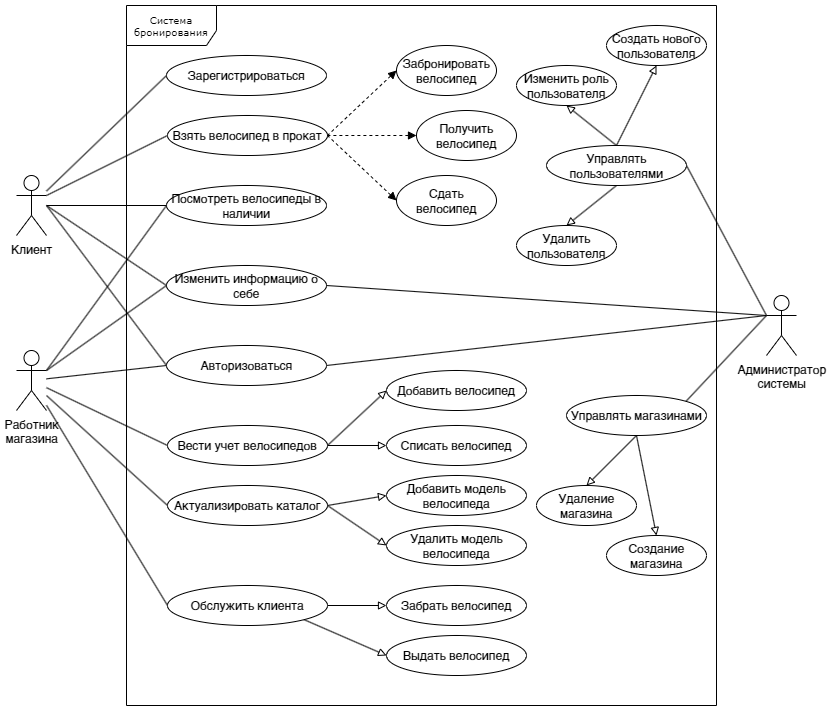
Earlier version of the draw.io export img/Диаграммы проката велосипедов-Диаграмма сценариев использования.drawio.png (GeorgeAlwaysWin/BikeRent). Source tidied: cells renumbered, new cells last; positions are measured from the earlier drawing's top-left corner, leaving out a move shared by most shapes.
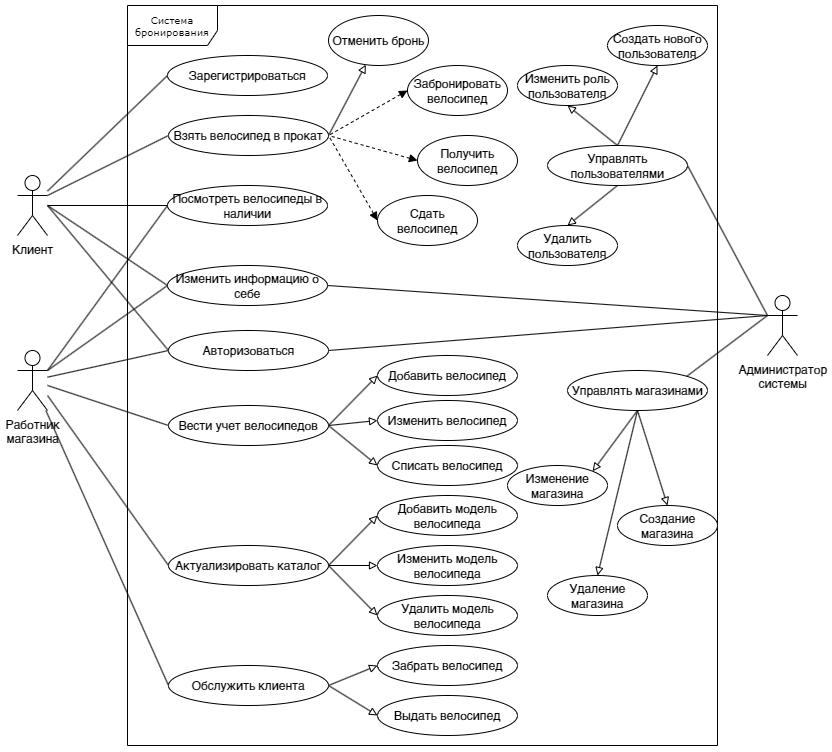
Later version of the same file.

What changed in the source:
```diff
@@ -3,7 +3,7 @@
     <mxCell id="0" />
     <mxCell id="1" parent="0" />
     <mxCell id="2" value="Система бронирования" style="shape=umlFrame;whiteSpace=wrap;html=1;rounded=0;shadow=0;comic=0;labelBackgroundColor=none;strokeWidth=1;fontFamily=Verdana;fontSize=10;align=center;width=90;height=40;" parent="1" vertex="1">
-      <mxGeometry x="110" width="590" height="700" as="geometry" />
+      <mxGeometry x="110" width="590" height="740" as="geometry" />
     </mxCell>
     <mxCell id="3" style="edgeStyle=none;shape=connector;rounded=0;jettySize=auto;html=1;strokeColor=default;align=center;verticalAlign=middle;fontFamily=Helvetica;fontSize=11;fontColor=default;labelBackgroundColor=default;startFill=0;endArrow=none;entryX=0;entryY=0.5;entryDx=0;entryDy=0;" parent="1" edge="1" target="13">
       <mxGeometry relative="1" as="geometry">
@@ -38,7 +38,7 @@
       <mxGeometry relative="1" as="geometry" />
     </mxCell>
     <mxCell id="13" value="Авторизоваться" style="ellipse;whiteSpace=wrap;html=1;" parent="1" vertex="1">
-      <mxGeometry x="150" y="340" width="160" height="40" as="geometry" />
+      <mxGeometry x="151" y="325" width="160" height="40" as="geometry" />
     </mxCell>
     <mxCell id="14" value="Создать нового пользователя" style="ellipse;whiteSpace=wrap;html=1;" parent="1" vertex="1">
       <mxGeometry x="590" y="20" width="100" height="40" as="geometry" />
@@ -46,6 +46,9 @@
     <mxCell id="15" value="Изменить роль пользователя" style="ellipse;whiteSpace=wrap;html=1;" parent="1" vertex="1">
       <mxGeometry x="500" y="60" width="100" height="40" as="geometry" />
     </mxCell>
+    <mxCell id="59" style="edgeStyle=none;shape=connector;rounded=0;jettySize=auto;html=1;exitX=1;exitY=0.5;exitDx=0;exitDy=0;strokeColor=default;align=center;verticalAlign=middle;fontFamily=Helvetica;fontSize=16;fontColor=default;labelBackgroundColor=default;startFill=0;endArrow=block;endFill=0;" parent="1" edge="1" source="16" target="64">
+      <mxGeometry relative="1" as="geometry" />
+    </mxCell>
     <mxCell id="16" value="Взять велосипед в прокат" style="ellipse;whiteSpace=wrap;html=1;" parent="1" vertex="1">
       <mxGeometry x="151" y="110" width="160" height="40" as="geometry" />
     </mxCell>
@@ -55,17 +58,17 @@
     <mxCell id="18" style="edgeStyle=none;shape=connector;rounded=0;jettySize=auto;html=1;exitX=1;exitY=0.5;exitDx=0;exitDy=0;entryX=0;entryY=0.5;entryDx=0;entryDy=0;strokeColor=default;align=center;verticalAlign=middle;fontFamily=Helvetica;fontSize=12;fontColor=default;labelBackgroundColor=default;startFill=0;endArrow=block;endFill=0;" parent="1" edge="1" source="20" target="22">
       <mxGeometry relative="1" as="geometry" />
     </mxCell>
-    <mxCell id="19" style="edgeStyle=none;shape=connector;rounded=0;jettySize=auto;html=1;exitX=1;exitY=1;exitDx=0;exitDy=0;entryX=0;entryY=0.5;entryDx=0;entryDy=0;strokeColor=default;align=center;verticalAlign=middle;fontFamily=Helvetica;fontSize=12;fontColor=default;labelBackgroundColor=default;startFill=0;endArrow=block;endFill=0;" parent="1" edge="1" source="20" target="41">
+    <mxCell id="19" style="edgeStyle=none;shape=connector;rounded=0;jettySize=auto;html=1;exitX=1;exitY=0.5;exitDx=0;exitDy=0;entryX=0;entryY=0.5;entryDx=0;entryDy=0;strokeColor=default;align=center;verticalAlign=middle;fontFamily=Helvetica;fontSize=12;fontColor=default;labelBackgroundColor=default;startFill=0;endArrow=block;endFill=0;" parent="1" edge="1" source="20" target="41">
       <mxGeometry relative="1" as="geometry" />
     </mxCell>
     <mxCell id="20" value="Обслужить клиента" style="ellipse;whiteSpace=wrap;html=1;" parent="1" vertex="1">
-      <mxGeometry x="151" y="580" width="160" height="40" as="geometry" />
+      <mxGeometry x="151" y="660" width="160" height="40" as="geometry" />
     </mxCell>
     <mxCell id="21" value="Удалить пользователя" style="ellipse;whiteSpace=wrap;html=1;" parent="1" vertex="1">
       <mxGeometry x="500" y="220" width="100" height="40" as="geometry" />
     </mxCell>
     <mxCell id="22" value="Забрать велосипед" style="ellipse;whiteSpace=wrap;html=1;" parent="1" vertex="1">
-      <mxGeometry x="370" y="580" width="140" height="40" as="geometry" />
+      <mxGeometry x="360" y="640" width="140" height="40" as="geometry" />
     </mxCell>
     <mxCell id="23" style="edgeStyle=none;shape=connector;rounded=0;jettySize=auto;html=1;exitX=0;exitY=0.5;exitDx=0;exitDy=0;strokeColor=default;align=center;verticalAlign=middle;fontFamily=Helvetica;fontSize=12;fontColor=default;labelBackgroundColor=default;startFill=0;endArrow=none;" parent="1" edge="1" source="24">
       <mxGeometry relative="1" as="geometry">
@@ -79,13 +82,13 @@
       <mxGeometry relative="1" as="geometry" />
     </mxCell>
     <mxCell id="26" value="Получить велосипед" style="ellipse;whiteSpace=wrap;html=1;" parent="1" vertex="1">
-      <mxGeometry x="400" y="105" width="100" height="50" as="geometry" />
+      <mxGeometry x="400" y="130" width="100" height="50" as="geometry" />
     </mxCell>
     <mxCell id="27" style="edgeStyle=none;shape=connector;rounded=0;jettySize=auto;html=1;exitX=0;exitY=0.5;exitDx=0;exitDy=0;entryX=1;entryY=0.5;entryDx=0;entryDy=0;strokeColor=default;align=center;verticalAlign=middle;fontFamily=Helvetica;fontSize=12;fontColor=default;labelBackgroundColor=default;startFill=1;endArrow=none;dashed=1;startArrow=block;endFill=1;" parent="1" edge="1" source="28" target="16">
       <mxGeometry relative="1" as="geometry" />
     </mxCell>
     <mxCell id="28" value="Сдать велосипед" style="ellipse;whiteSpace=wrap;html=1;" parent="1" vertex="1">
-      <mxGeometry x="380" y="170" width="100" height="50" as="geometry" />
+      <mxGeometry x="360" y="190" width="100" height="50" as="geometry" />
     </mxCell>
     <mxCell id="29" style="edgeStyle=none;shape=connector;rounded=0;jettySize=auto;html=1;exitX=0;exitY=0.5;exitDx=0;exitDy=0;strokeColor=default;align=center;verticalAlign=middle;fontFamily=Helvetica;fontSize=12;fontColor=default;labelBackgroundColor=default;startFill=0;endArrow=none;" parent="1" edge="1" source="30">
       <mxGeometry relative="1" as="geometry">
@@ -104,8 +107,11 @@
     <mxCell id="33" style="edgeStyle=none;shape=connector;rounded=0;jettySize=auto;html=1;exitX=1;exitY=0.5;exitDx=0;exitDy=0;entryX=0;entryY=0.5;entryDx=0;entryDy=0;strokeColor=default;align=center;verticalAlign=middle;fontFamily=Helvetica;fontSize=12;fontColor=default;labelBackgroundColor=default;startFill=0;endArrow=block;endFill=0;" parent="1" edge="1" source="34" target="43">
       <mxGeometry relative="1" as="geometry" />
     </mxCell>
+    <mxCell id="60" style="edgeStyle=none;shape=connector;rounded=0;jettySize=auto;html=1;exitX=1;exitY=0.5;exitDx=0;exitDy=0;entryX=0;entryY=0.5;entryDx=0;entryDy=0;strokeColor=default;align=center;verticalAlign=middle;fontFamily=Helvetica;fontSize=16;fontColor=default;labelBackgroundColor=default;startFill=0;endArrow=block;endFill=0;" parent="1" edge="1" source="34" target="66">
+      <mxGeometry relative="1" as="geometry" />
+    </mxCell>
     <mxCell id="34" value="Вести учет велосипедов" style="ellipse;whiteSpace=wrap;html=1;" parent="1" vertex="1">
-      <mxGeometry x="151" y="420" width="160" height="40" as="geometry" />
+      <mxGeometry x="151" y="400" width="160" height="40" as="geometry" />
     </mxCell>
     <mxCell id="35" style="edgeStyle=none;shape=connector;rounded=0;jettySize=auto;html=1;exitX=0;exitY=0.5;exitDx=0;exitDy=0;entryX=1;entryY=0.3333333333333333;entryDx=0;entryDy=0;entryPerimeter=0;strokeColor=default;align=center;verticalAlign=middle;fontFamily=Helvetica;fontSize=12;fontColor=default;labelBackgroundColor=default;startFill=0;endArrow=none;" parent="1" edge="1" source="30" target="10">
       <mxGeometry relative="1" as="geometry" />
@@ -116,26 +122,29 @@
     <mxCell id="37" style="edgeStyle=none;shape=connector;rounded=0;jettySize=auto;html=1;exitX=0.5;exitY=1;exitDx=0;exitDy=0;entryX=0.5;entryY=0;entryDx=0;entryDy=0;strokeColor=default;align=center;verticalAlign=middle;fontFamily=Helvetica;fontSize=12;fontColor=default;labelBackgroundColor=default;startFill=0;endArrow=block;endFill=0;" parent="1" edge="1" source="38" target="40">
       <mxGeometry relative="1" as="geometry" />
     </mxCell>
+    <mxCell id="61" style="edgeStyle=none;shape=connector;rounded=0;jettySize=auto;html=1;exitX=0.5;exitY=1;exitDx=0;exitDy=0;entryX=1;entryY=0;entryDx=0;entryDy=0;strokeColor=default;align=center;verticalAlign=middle;fontFamily=Helvetica;fontSize=12;fontColor=default;labelBackgroundColor=default;startFill=0;endArrow=block;endFill=0;" parent="1" edge="1" source="38" target="63">
+      <mxGeometry relative="1" as="geometry" />
+    </mxCell>
     <mxCell id="38" value="Управлять магазинами" style="ellipse;whiteSpace=wrap;html=1;" parent="1" vertex="1">
-      <mxGeometry x="550" y="390" width="140" height="40" as="geometry" />
+      <mxGeometry x="550" y="365" width="140" height="40" as="geometry" />
     </mxCell>
     <mxCell id="39" value="Создание магазина" style="ellipse;whiteSpace=wrap;html=1;" parent="1" vertex="1">
-      <mxGeometry x="590" y="530" width="100" height="40" as="geometry" />
+      <mxGeometry x="600" y="500" width="100" height="40" as="geometry" />
     </mxCell>
     <mxCell id="40" value="Удаление магазина" style="ellipse;whiteSpace=wrap;html=1;" parent="1" vertex="1">
-      <mxGeometry x="520" y="480" width="100" height="40" as="geometry" />
+      <mxGeometry x="530" y="570" width="100" height="40" as="geometry" />
     </mxCell>
     <mxCell id="41" value="Выдать велосипед" style="ellipse;whiteSpace=wrap;html=1;" parent="1" vertex="1">
-      <mxGeometry x="370" y="630" width="140" height="40" as="geometry" />
+      <mxGeometry x="360" y="690" width="140" height="40" as="geometry" />
     </mxCell>
     <mxCell id="42" value="Добавить велосипед" style="ellipse;whiteSpace=wrap;html=1;" parent="1" vertex="1">
-      <mxGeometry x="370" y="365" width="140" height="40" as="geometry" />
+      <mxGeometry x="360" y="350" width="140" height="40" as="geometry" />
     </mxCell>
     <mxCell id="43" value="Списать велосипед" style="ellipse;whiteSpace=wrap;html=1;" parent="1" vertex="1">
-      <mxGeometry x="370" y="420" width="140" height="40" as="geometry" />
+      <mxGeometry x="360" y="440" width="140" height="40" as="geometry" />
     </mxCell>
     <mxCell id="44" value="Добавить модель велосипеда" style="ellipse;whiteSpace=wrap;html=1;" parent="1" vertex="1">
-      <mxGeometry x="370" y="470" width="140" height="40" as="geometry" />
+      <mxGeometry x="360" y="490" width="140" height="40" as="geometry" />
     </mxCell>
     <mxCell id="45" style="edgeStyle=none;shape=connector;rounded=0;jettySize=auto;html=1;exitX=1;exitY=0.5;exitDx=0;exitDy=0;strokeColor=default;align=center;verticalAlign=middle;fontFamily=Helvetica;fontSize=12;fontColor=default;labelBackgroundColor=default;startFill=0;endArrow=none;entryX=0;entryY=0.3333333333333333;entryDx=0;entryDy=0;entryPerimeter=0;" parent="1" edge="1" source="49" target="8">
       <mxGeometry relative="1" as="geometry" />
@@ -159,7 +168,7 @@
       <mxGeometry relative="1" as="geometry" />
     </mxCell>
     <mxCell id="52" value="Забронировать велосипед" style="ellipse;whiteSpace=wrap;html=1;" parent="1" vertex="1">
-      <mxGeometry x="380" y="40" width="100" height="50" as="geometry" />
+      <mxGeometry x="390" y="60" width="100" height="50" as="geometry" />
     </mxCell>
     <mxCell id="53" style="edgeStyle=none;shape=connector;rounded=0;jettySize=auto;html=1;exitX=0;exitY=0.5;exitDx=0;exitDy=0;strokeColor=default;align=center;verticalAlign=middle;fontFamily=Helvetica;fontSize=12;fontColor=default;labelBackgroundColor=default;startFill=0;endArrow=none;" parent="1" edge="1" source="56">
       <mxGeometry relative="1" as="geometry">
@@ -172,14 +181,29 @@
     <mxCell id="55" style="edgeStyle=none;shape=connector;rounded=0;jettySize=auto;html=1;exitX=1;exitY=0.5;exitDx=0;exitDy=0;entryX=0;entryY=0.5;entryDx=0;entryDy=0;strokeColor=default;align=center;verticalAlign=middle;fontFamily=Helvetica;fontSize=12;fontColor=default;labelBackgroundColor=default;startFill=0;endArrow=block;endFill=0;" parent="1" edge="1" source="56" target="57">
       <mxGeometry relative="1" as="geometry" />
     </mxCell>
+    <mxCell id="62" style="edgeStyle=none;shape=connector;rounded=0;jettySize=auto;html=1;exitX=1;exitY=0.5;exitDx=0;exitDy=0;entryX=0;entryY=0.5;entryDx=0;entryDy=0;strokeColor=default;align=center;verticalAlign=middle;fontFamily=Helvetica;fontSize=16;fontColor=default;labelBackgroundColor=default;startFill=0;endArrow=block;endFill=0;" parent="1" edge="1" source="56" target="65">
+      <mxGeometry relative="1" as="geometry" />
+    </mxCell>
     <mxCell id="56" value="Актуализировать каталог" style="ellipse;whiteSpace=wrap;html=1;" parent="1" vertex="1">
-      <mxGeometry x="151" y="480" width="160" height="40" as="geometry" />
+      <mxGeometry x="151" y="540" width="160" height="40" as="geometry" />
     </mxCell>
     <mxCell id="57" value="Удалить модель велосипеда" style="ellipse;whiteSpace=wrap;html=1;" parent="1" vertex="1">
-      <mxGeometry x="370" y="520" width="140" height="40" as="geometry" />
+      <mxGeometry x="360" y="590" width="140" height="40" as="geometry" />
     </mxCell>
     <mxCell id="58" style="edgeStyle=none;shape=connector;rounded=0;jettySize=auto;html=1;exitX=0.5;exitY=1;exitDx=0;exitDy=0;entryX=0.5;entryY=0;entryDx=0;entryDy=0;strokeColor=default;align=center;verticalAlign=middle;fontFamily=Helvetica;fontSize=12;fontColor=default;labelBackgroundColor=default;startFill=0;endArrow=block;endFill=0;" parent="1" edge="1" source="38" target="39">
       <mxGeometry relative="1" as="geometry" />
     </mxCell>
+    <mxCell id="63" value="Изменение магазина" style="ellipse;whiteSpace=wrap;html=1;" parent="1" vertex="1">
+      <mxGeometry x="490" y="460" width="100" height="40" as="geometry" />
+    </mxCell>
+    <mxCell id="64" value="Отменить бронь" style="ellipse;whiteSpace=wrap;html=1;" parent="1" vertex="1">
+      <mxGeometry x="311" y="10" width="100" height="50" as="geometry" />
+    </mxCell>
+    <mxCell id="65" value="Изменить модель велосипеда" style="ellipse;whiteSpace=wrap;html=1;" parent="1" vertex="1">
+      <mxGeometry x="360" y="540" width="140" height="40" as="geometry" />
+    </mxCell>
+    <mxCell id="66" value="Изменить велосипед" style="ellipse;whiteSpace=wrap;html=1;" parent="1" vertex="1">
+      <mxGeometry x="360" y="395" width="140" height="40" as="geometry" />
+    </mxCell>
   </root>
 </mxGraphModel>
```
